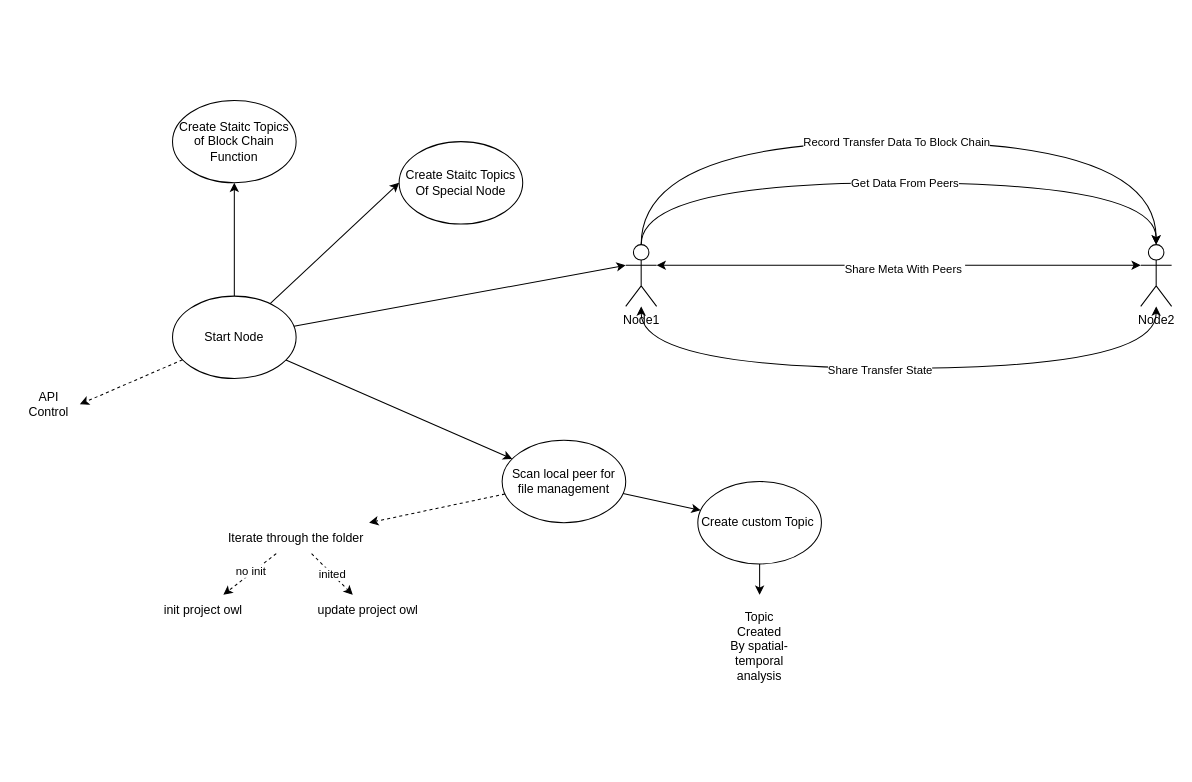
Before: 建筑信息区块链系统.drawio in gaochaowyq/MinderGraph, a draw.io diagram. Source tidied: cells renumbered, new cells numbered last; positions are measured from the earlier drawing's top-left corner, leaving out a move shared by most shapes. Both pictures are drawn from the tidied source at 103%, with x=0, y=0 at pixel (18, 100).
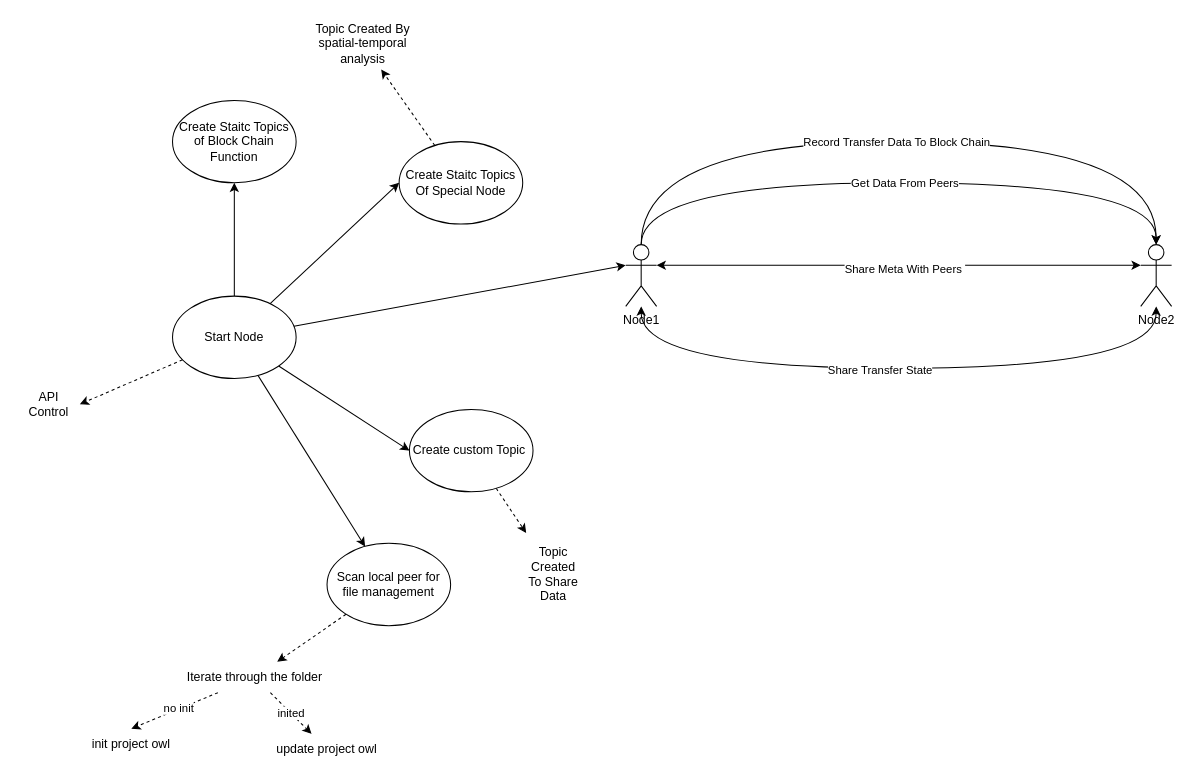
Above is the later version.

Commit message (it also covers changes not shown here):
更新建筑信息区块链系统.drawio

The change refers to these unchanged cells:
```xml
<mxCell id="6" value="Start Node" style="ellipse;whiteSpace=wrap;html=1;" parent="1" vertex="1">
  <mxGeometry x="150" y="190" width="120" height="80" as="geometry" />
</mxCell>
<mxCell id="21" value="&lt;div&gt;Create Staitc Topics Of Special Node&lt;/div&gt;" style="ellipse;whiteSpace=wrap;html=1;" parent="1" vertex="1">
  <mxGeometry x="370" y="40" width="120" height="80" as="geometry" />
</mxCell>
```

What changed in the source:
```diff
@@
+    <mxCell id="34" style="rounded=0;jettySize=auto;html=1;entryX=0;entryY=0.5;entryDx=0;entryDy=0;" parent="1" edge="1" source="6" target="20">
+      <mxGeometry relative="1" as="geometry" />
+    </mxCell>
@@
-    <mxCell id="8" style="rounded=0;jettySize=auto;html=1;" parent="1" edge="1" source="9" target="20">
-      <mxGeometry relative="1" as="geometry" />
-    </mxCell>
     <mxCell id="9" value="Scan local peer for file management" style="ellipse;whiteSpace=wrap;html=1;" parent="1" vertex="1">
-      <mxGeometry x="470" y="330" width="120" height="80" as="geometry" />
+      <mxGeometry x="300" y="430" width="120" height="80" as="geometry" />
     </mxCell>
@@
-    <mxCell id="11" style="rounded=0;jettySize=auto;html=1;dashed=1;" parent="1" edge="1" source="15" target="16">
+    <mxCell id="11" style="rounded=0;jettySize=auto;html=1;dashed=1;entryX=0.5;entryY=0;entryDx=0;entryDy=0;" parent="1" edge="1" source="15" target="16">
       <mxGeometry relative="1" as="geometry" />
     </mxCell>
@@
     <mxCell id="15" value="Iterate through the folder" style="text;html=1;whiteSpace=wrap;strokeColor=none;fillColor=none;align=center;verticalAlign=middle;rounded=0;" parent="1" vertex="1">
-      <mxGeometry x="190" y="410" width="160" height="30" as="geometry" />
+      <mxGeometry x="150" y="545" width="160" height="30" as="geometry" />
     </mxCell>
     <mxCell id="16" value="init project owl" style="text;html=1;whiteSpace=wrap;strokeColor=none;fillColor=none;align=center;verticalAlign=middle;rounded=0;" parent="1" vertex="1">
-      <mxGeometry x="100" y="480" width="160" height="30" as="geometry" />
+      <mxGeometry x="30" y="610" width="160" height="30" as="geometry" />
     </mxCell>
     <mxCell id="17" value="update project owl" style="text;html=1;whiteSpace=wrap;strokeColor=none;fillColor=none;align=center;verticalAlign=middle;rounded=0;" parent="1" vertex="1">
-      <mxGeometry x="260" y="480" width="160" height="30" as="geometry" />
+      <mxGeometry x="220" y="615" width="160" height="30" as="geometry" />
     </mxCell>
@@
-    <mxCell id="19" style="rounded=0;jettySize=auto;html=1;" parent="1" edge="1" source="20" target="33">
+    <mxCell id="19" style="rounded=0;jettySize=auto;html=1;dashed=1;" parent="1" edge="1" source="20" target="33">
       <mxGeometry relative="1" as="geometry" />
     </mxCell>
     <mxCell id="20" value="Create custom Topic&amp;nbsp;" style="ellipse;whiteSpace=wrap;html=1;" parent="1" vertex="1">
-      <mxGeometry x="660" y="370" width="120" height="80" as="geometry" />
+      <mxGeometry x="380" y="300" width="120" height="80" as="geometry" />
     </mxCell>
+    <mxCell id="35" style="rounded=0;jettySize=auto;html=1;dashed=1;" parent="1" edge="1" source="21" target="36">
+      <mxGeometry relative="1" as="geometry" />
+    </mxCell>
@@
-    <mxCell id="33" value="Topic Created By spatial-temporal analysis" style="text;html=1;whiteSpace=wrap;strokeColor=none;fillColor=none;align=center;verticalAlign=middle;rounded=0;" parent="1" vertex="1">
-      <mxGeometry x="690" y="480" width="60" height="100" as="geometry" />
+    <mxCell id="33" value="Topic Created To Share Data" style="text;html=1;whiteSpace=wrap;strokeColor=none;fillColor=none;align=center;verticalAlign=middle;rounded=0;" parent="1" vertex="1">
+      <mxGeometry x="490" y="420" width="60" height="80" as="geometry" />
     </mxCell>
+    <mxCell id="36" value="Topic Created By spatial-temporal analysis" style="text;html=1;whiteSpace=wrap;strokeColor=none;fillColor=none;align=center;verticalAlign=middle;rounded=0;" parent="1" vertex="1">
+      <mxGeometry x="280" y="-80" width="110" height="50" as="geometry" />
+    </mxCell>
```
